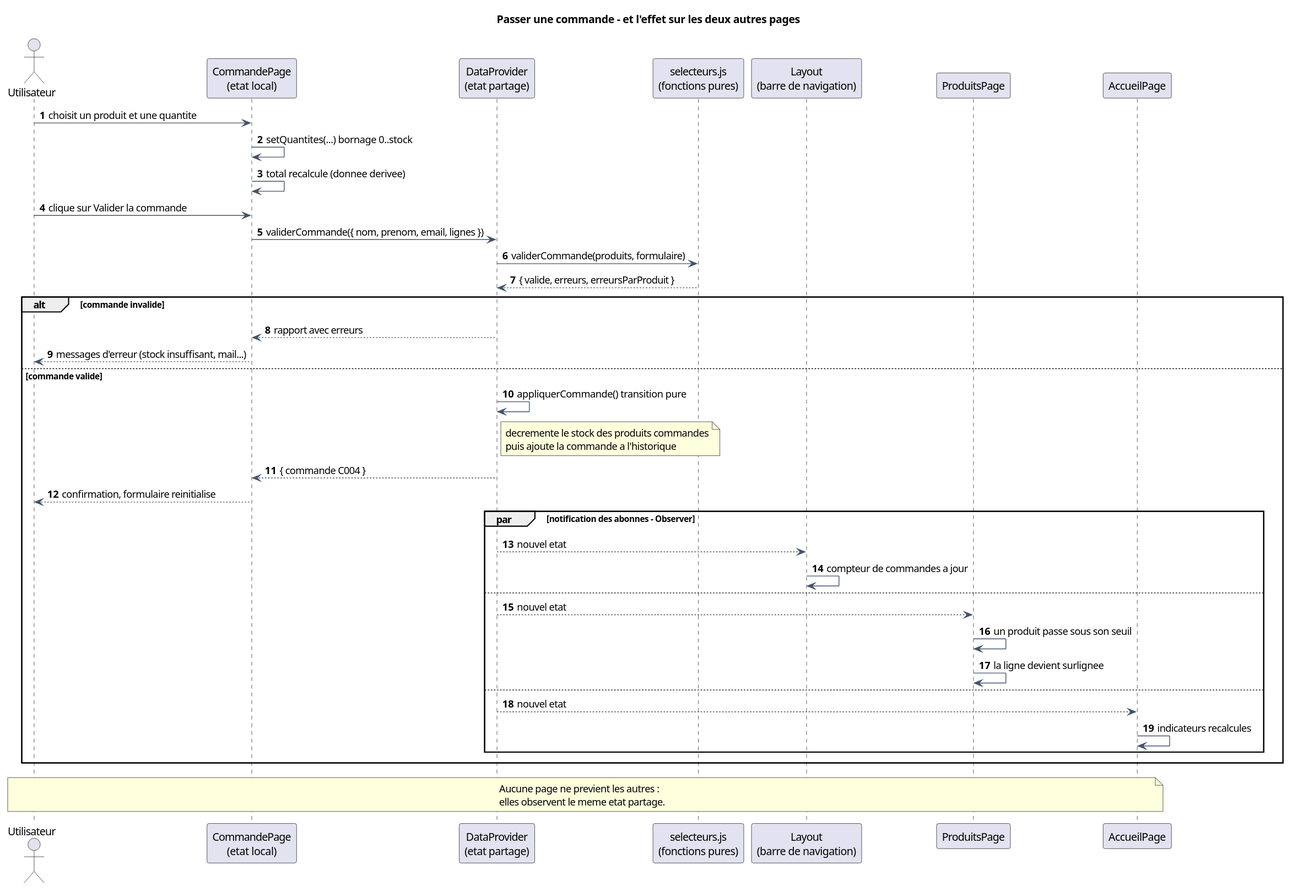
wenkais196-Gabriel/mini-projet-site-commercial keeps this PlantUML diagram as docs/diagrammes/03-sequence-commande.svg. Above is the earlier version.
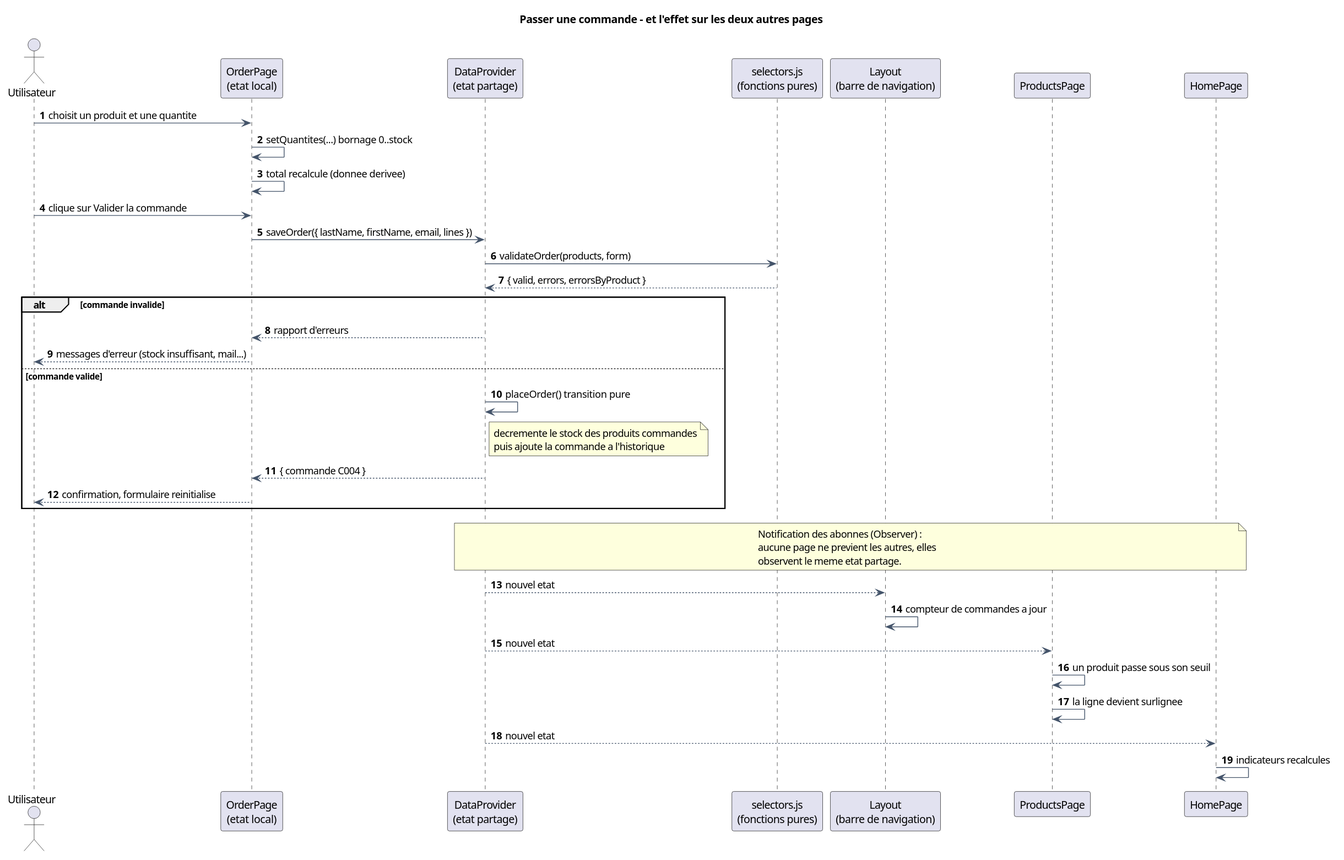
The same diagram one commit later.

What changed in the source:
```diff
@@ -7,48 +7,46 @@
 autonumber
 
 actor "Utilisateur" as U
-participant "CommandePage\n(etat local)" as P
+participant "OrderPage\n(etat local)" as P
 participant "DataProvider\n(etat partage)" as S
-participant "selecteurs.js\n(fonctions pures)" as Sel
+participant "selectors.js\n(fonctions pures)" as Sel
 participant "Layout\n(barre de navigation)" as L
-participant "ProduitsPage" as Pr
-participant "AccueilPage" as A
+participant "ProductsPage" as Pr
+participant "HomePage" as A
 
 U -> P : choisit un produit et une quantite
 P -> P : setQuantites(...)  bornage 0..stock
 P -> P : total recalcule (donnee derivee)
 
 U -> P : clique sur Valider la commande
-P -> S : validerCommande({ nom, prenom, email, lignes })
-S -> Sel : validerCommande(produits, formulaire)
-Sel --> S : { valide, erreurs, erreursParProduit }
+P -> S : saveOrder({ lastName, firstName, email, lines })
+S -> Sel : validateOrder(products, form)
+Sel --> S : { valid, errors, errorsByProduct }
 
 alt commande invalide
-  S --> P : rapport avec erreurs
+  S --> P : rapport d'erreurs
   P --> U : messages d'erreur (stock insuffisant, mail...)
 else commande valide
-  S -> S : appliquerCommande()  transition pure
+  S -> S : placeOrder()  transition pure
   note right of S
     decremente le stock des produits commandes
     puis ajoute la commande a l'historique
   end note
   S --> P : { commande C004 }
   P --> U : confirmation, formulaire reinitialise
-  par notification des abonnes - Observer
-    S --> L : nouvel etat
-    L -> L : compteur de commandes a jour
-  else
-    S --> Pr : nouvel etat
-    Pr -> Pr : un produit passe sous son seuil
-    Pr -> Pr : la ligne devient surlignee
-  else
-    S --> A : nouvel etat
-    A -> A : indicateurs recalcules
-  end
 end
 
-note over U, A
-  Aucune page ne previent les autres :
-  elles observent le meme etat partage.
+note over S, A
+  Notification des abonnes (Observer) :
+  aucune page ne previent les autres, elles
+  observent le meme etat partage.
 end note
+
+S --> L : nouvel etat
+L -> L : compteur de commandes a jour
+S --> Pr : nouvel etat
+Pr -> Pr : un produit passe sous son seuil
+Pr -> Pr : la ligne devient surlignee
+S --> A : nouvel etat
+A -> A : indicateurs recalcules
 @enduml
```
